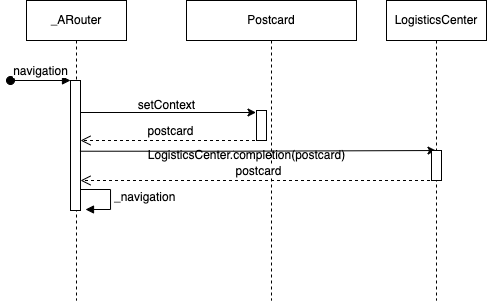
huanggenghg/huanggenghg keeps this draw.io diagram as res/Arouter navigation 时序.drawio.png. Above is the earlier version. Source tidied: cells renumbered, new cells last; positions are measured from the earlier drawing's top-left corner, leaving out a move shared by most shapes.
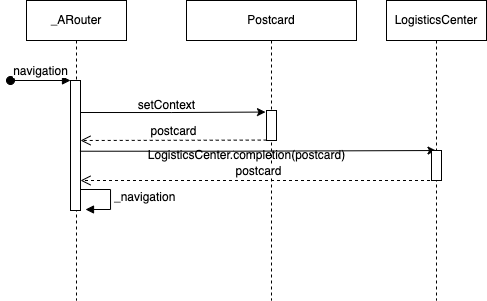
The same diagram one commit later.

The edit, as a diff of the source:
```diff
@@ -2,10 +2,9 @@
   <root>
     <mxCell id="0" />
     <mxCell id="1" parent="0" />
-    <mxCell id="2" style="edgeStyle=orthogonalEdgeStyle;rounded=0;orthogonalLoop=1;jettySize=auto;html=1;" parent="1" edge="1">
+    <mxCell id="2" style="edgeStyle=orthogonalEdgeStyle;rounded=0;jettySize=auto;html=1;entryX=-0.1;entryY=0.052;entryDx=0;entryDy=0;entryPerimeter=0;" parent="1" edge="1" target="9">
       <mxGeometry relative="1" as="geometry">
         <mxPoint x="65.5" y="112" as="sourcePoint" />
-        <mxPoint x="245.5" y="112" as="targetPoint" />
       </mxGeometry>
     </mxCell>
     <mxCell id="3" value="_ARouter" style="shape=umlLifeline;perimeter=lifelinePerimeter;whiteSpace=wrap;html=1;" parent="1" vertex="1">
@@ -35,7 +34,7 @@
       <mxGeometry x="176" width="170" height="300" as="geometry" />
     </mxCell>
     <mxCell id="9" style="html=1;points=[];perimeter=orthogonalPerimeter;" parent="8" vertex="1">
-      <mxGeometry x="70" y="110" width="10" height="30" as="geometry" />
+      <mxGeometry x="80" y="110" width="10" height="30" as="geometry" />
     </mxCell>
     <mxCell id="10" value="LogisticsCenter.completion(postcard)" style="text;html=1;align=center;verticalAlign=middle;points=[];strokeColor=none;fillColor=none;" parent="8" vertex="1">
       <mxGeometry x="-50" y="140" width="220" height="30" as="geometry" />
@@ -49,9 +48,8 @@
     <mxCell id="13" style="html=1;perimeter=orthogonalPerimeter;" parent="12" vertex="1">
       <mxGeometry x="45" y="150" width="10" height="30" as="geometry" />
     </mxCell>
-    <mxCell id="14" value="postcard" style="html=1;verticalAlign=bottom;endArrow=open;dashed=1;endSize=8;rounded=0;" parent="1" edge="1">
+    <mxCell id="14" value="postcard" style="html=1;verticalAlign=bottom;endArrow=open;dashed=1;endSize=8;rounded=0;exitX=0.592;exitY=-0.014;exitDx=0;exitDy=0;exitPerimeter=0;" parent="1" edge="1" source="10">
       <mxGeometry relative="1" as="geometry">
-        <mxPoint x="250.5" y="140" as="sourcePoint" />
         <mxPoint x="70" y="140" as="targetPoint" />
       </mxGeometry>
     </mxCell>
```
